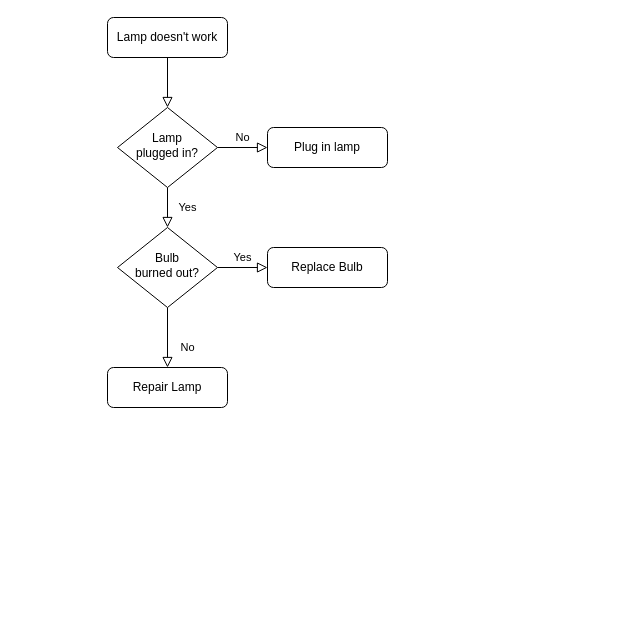
Before: 未命名绘图.drawio in muli-bit/Test, a draw.io diagram. Source tidied: cells renumbered, new cells numbered last; positions are measured from the earlier drawing's top-left corner, leaving out a move shared by most shapes. Both pictures are drawn from the tidied source at 100%, with x=0, y=0 at pixel (107, 17).
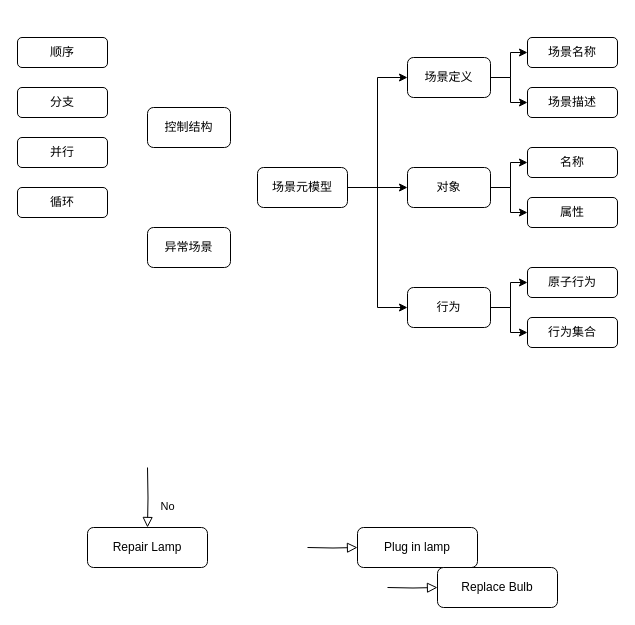
The same page after the edit.

Change to the diagram source:
```diff
@@
-    <mxCell id="2" style="rounded=0;html=1;jettySize=auto;fontSize=11;endArrow=block;endFill=0;endSize=8;strokeWidth=1;shadow=0;labelBackgroundColor=none;edgeStyle=orthogonalEdgeStyle;" parent="1" edge="1" source="3" target="6">
-      <mxGeometry relative="1" as="geometry" />
-    </mxCell>
+    <mxCell id="13" style="edgeStyle=orthogonalEdgeStyle;rounded=0;jettySize=auto;html=1;exitX=1;exitY=0.5;exitDx=0;exitDy=0;entryX=0;entryY=0.5;entryDx=0;entryDy=0;" parent="1" edge="1" source="3" target="18">
+      <mxGeometry relative="1" as="geometry" />
+    </mxCell>
+    <mxCell id="14" style="edgeStyle=orthogonalEdgeStyle;rounded=0;jettySize=auto;html=1;exitX=1;exitY=0.5;exitDx=0;exitDy=0;entryX=0;entryY=0.5;entryDx=0;entryDy=0;" parent="1" edge="1" source="3" target="23">
+      <mxGeometry relative="1" as="geometry" />
+    </mxCell>
+    <mxCell id="15" style="edgeStyle=orthogonalEdgeStyle;rounded=0;jettySize=auto;html=1;exitX=1;exitY=0.5;exitDx=0;exitDy=0;entryX=0;entryY=0.5;entryDx=0;entryDy=0;" parent="1" edge="1" source="3" target="26">
+      <mxGeometry relative="1" as="geometry" />
+    </mxCell>
-    <mxCell id="3" value="Lamp doesn't work" style="rounded=1;whiteSpace=wrap;html=1;fontSize=12;glass=0;strokeWidth=1;shadow=0;" parent="1" vertex="1">
-      <mxGeometry width="120" height="40" as="geometry" />
+    <mxCell id="3" value="场景元模型" style="rounded=1;whiteSpace=wrap;html=1;fontSize=12;glass=0;strokeWidth=1;shadow=0;" parent="1" vertex="1">
+      <mxGeometry x="150" y="150" width="90" height="40" as="geometry" />
     </mxCell>
-    <mxCell id="4" value="Yes" style="rounded=0;html=1;jettySize=auto;fontSize=11;endArrow=block;endFill=0;endSize=8;strokeWidth=1;shadow=0;labelBackgroundColor=none;edgeStyle=orthogonalEdgeStyle;" parent="1" edge="1" source="6" target="10">
-      <mxGeometry y="20" relative="1" as="geometry" />
-    </mxCell>
-    <mxCell id="5" value="No" style="edgeStyle=orthogonalEdgeStyle;rounded=0;html=1;jettySize=auto;fontSize=11;endArrow=block;endFill=0;endSize=8;strokeWidth=1;shadow=0;labelBackgroundColor=none;" parent="1" edge="1" source="6" target="7">
-      <mxGeometry y="10" relative="1" as="geometry" />
+    <mxCell id="5" style="edgeStyle=orthogonalEdgeStyle;rounded=0;html=1;jettySize=auto;fontSize=11;endArrow=block;endFill=0;endSize=8;strokeWidth=1;shadow=0;labelBackgroundColor=none;" parent="1" edge="1" target="7">
+      <mxGeometry y="10" relative="1" as="geometry">
+        <mxPoint x="200" y="530" as="sourcePoint" />
+      </mxGeometry>
     </mxCell>
-    <mxCell id="6" value="Lamp&lt;br&gt;plugged in?" style="rhombus;whiteSpace=wrap;html=1;shadow=0;fontFamily=Helvetica;fontSize=12;align=center;strokeWidth=1;spacing=6;spacingTop=-4;" parent="1" vertex="1">
-      <mxGeometry x="10" y="90" width="100" height="80" as="geometry" />
-    </mxCell>
     <mxCell id="7" value="Plug in lamp" style="rounded=1;whiteSpace=wrap;html=1;fontSize=12;glass=0;strokeWidth=1;shadow=0;" parent="1" vertex="1">
-      <mxGeometry x="160" y="110" width="120" height="40" as="geometry" />
+      <mxGeometry x="250" y="510" width="120" height="40" as="geometry" />
     </mxCell>
-    <mxCell id="8" value="No" style="rounded=0;html=1;jettySize=auto;fontSize=11;endArrow=block;endFill=0;endSize=8;strokeWidth=1;shadow=0;labelBackgroundColor=none;edgeStyle=orthogonalEdgeStyle;" parent="1" edge="1" source="10" target="11">
-      <mxGeometry x="0.33" y="20" relative="1" as="geometry" />
+    <mxCell id="8" value="No" style="rounded=0;html=1;jettySize=auto;fontSize=11;endArrow=block;endFill=0;endSize=8;strokeWidth=1;shadow=0;labelBackgroundColor=none;edgeStyle=orthogonalEdgeStyle;" parent="1" edge="1" target="11">
+      <mxGeometry x="0.33" y="20" relative="1" as="geometry">
+        <mxPoint x="40" y="450" as="sourcePoint" />
+      </mxGeometry>
     </mxCell>
-    <mxCell id="9" value="Yes" style="edgeStyle=orthogonalEdgeStyle;rounded=0;html=1;jettySize=auto;fontSize=11;endArrow=block;endFill=0;endSize=8;strokeWidth=1;shadow=0;labelBackgroundColor=none;" parent="1" edge="1" source="10" target="12">
-      <mxGeometry y="10" relative="1" as="geometry" />
+    <mxCell id="9" style="edgeStyle=orthogonalEdgeStyle;rounded=0;html=1;jettySize=auto;fontSize=11;endArrow=block;endFill=0;endSize=8;strokeWidth=1;shadow=0;labelBackgroundColor=none;" parent="1" edge="1" target="12">
+      <mxGeometry y="10" relative="1" as="geometry">
+        <mxPoint x="280" y="570" as="sourcePoint" />
+      </mxGeometry>
     </mxCell>
-    <mxCell id="10" value="Bulb&lt;br&gt;burned out?" style="rhombus;whiteSpace=wrap;html=1;shadow=0;fontFamily=Helvetica;fontSize=12;align=center;strokeWidth=1;spacing=6;spacingTop=-4;" parent="1" vertex="1">
-      <mxGeometry x="10" y="210" width="100" height="80" as="geometry" />
-    </mxCell>
     <mxCell id="11" value="Repair Lamp" style="rounded=1;whiteSpace=wrap;html=1;fontSize=12;glass=0;strokeWidth=1;shadow=0;" parent="1" vertex="1">
-      <mxGeometry y="350" width="120" height="40" as="geometry" />
+      <mxGeometry x="-20" y="510" width="120" height="40" as="geometry" />
     </mxCell>
     <mxCell id="12" value="Replace Bulb" style="rounded=1;whiteSpace=wrap;html=1;fontSize=12;glass=0;strokeWidth=1;shadow=0;" parent="1" vertex="1">
-      <mxGeometry x="160" y="230" width="120" height="40" as="geometry" />
+      <mxGeometry x="330" y="550" width="120" height="40" as="geometry" />
     </mxCell>
+    <mxCell id="16" style="edgeStyle=orthogonalEdgeStyle;rounded=0;jettySize=auto;html=1;exitX=1;exitY=0.5;exitDx=0;exitDy=0;entryX=0;entryY=0.5;entryDx=0;entryDy=0;" parent="1" edge="1" source="18" target="19">
+      <mxGeometry relative="1" as="geometry" />
+    </mxCell>
+    <mxCell id="17" style="edgeStyle=orthogonalEdgeStyle;rounded=0;jettySize=auto;html=1;exitX=1;exitY=0.5;exitDx=0;exitDy=0;entryX=0;entryY=0.5;entryDx=0;entryDy=0;" parent="1" edge="1" source="18" target="20">
+      <mxGeometry relative="1" as="geometry" />
+    </mxCell>
+    <mxCell id="18" value="场景定义" style="rounded=1;whiteSpace=wrap;html=1;fontSize=12;glass=0;strokeWidth=1;shadow=0;" parent="1" vertex="1">
+      <mxGeometry x="300" y="40" width="83" height="40" as="geometry" />
+    </mxCell>
+    <mxCell id="19" value="场景名称" style="rounded=1;whiteSpace=wrap;html=1;fontSize=12;glass=0;strokeWidth=1;shadow=0;" parent="1" vertex="1">
+      <mxGeometry x="420" y="20" width="90" height="30" as="geometry" />
+    </mxCell>
+    <mxCell id="20" value="场景描述" style="rounded=1;whiteSpace=wrap;html=1;fontSize=12;glass=0;strokeWidth=1;shadow=0;" parent="1" vertex="1">
+      <mxGeometry x="420" y="70" width="90" height="30" as="geometry" />
+    </mxCell>
+    <mxCell id="21" style="edgeStyle=orthogonalEdgeStyle;rounded=0;jettySize=auto;html=1;exitX=1;exitY=0.5;exitDx=0;exitDy=0;entryX=0;entryY=0.5;entryDx=0;entryDy=0;" parent="1" edge="1" source="23" target="27">
+      <mxGeometry relative="1" as="geometry" />
+    </mxCell>
+    <mxCell id="22" style="edgeStyle=orthogonalEdgeStyle;rounded=0;jettySize=auto;html=1;exitX=1;exitY=0.5;exitDx=0;exitDy=0;entryX=0;entryY=0.5;entryDx=0;entryDy=0;" parent="1" edge="1" source="23" target="28">
+      <mxGeometry relative="1" as="geometry" />
+    </mxCell>
+    <mxCell id="23" value="对象" style="rounded=1;whiteSpace=wrap;html=1;fontSize=12;glass=0;strokeWidth=1;shadow=0;" parent="1" vertex="1">
+      <mxGeometry x="300" y="150" width="83" height="40" as="geometry" />
+    </mxCell>
+    <mxCell id="24" style="edgeStyle=orthogonalEdgeStyle;rounded=0;jettySize=auto;html=1;exitX=1;exitY=0.5;exitDx=0;exitDy=0;entryX=0;entryY=0.5;entryDx=0;entryDy=0;" parent="1" edge="1" source="26" target="29">
+      <mxGeometry relative="1" as="geometry" />
+    </mxCell>
+    <mxCell id="25" style="edgeStyle=orthogonalEdgeStyle;rounded=0;jettySize=auto;html=1;exitX=1;exitY=0.5;exitDx=0;exitDy=0;entryX=0;entryY=0.5;entryDx=0;entryDy=0;" parent="1" edge="1" source="26" target="30">
+      <mxGeometry relative="1" as="geometry" />
+    </mxCell>
+    <mxCell id="26" value="行为" style="rounded=1;whiteSpace=wrap;html=1;fontSize=12;glass=0;strokeWidth=1;shadow=0;" parent="1" vertex="1">
+      <mxGeometry x="300" y="270" width="83" height="40" as="geometry" />
+    </mxCell>
+    <mxCell id="27" value="名称" style="rounded=1;whiteSpace=wrap;html=1;fontSize=12;glass=0;strokeWidth=1;shadow=0;" parent="1" vertex="1">
+      <mxGeometry x="420" y="130" width="90" height="30" as="geometry" />
+    </mxCell>
+    <mxCell id="28" value="属性" style="rounded=1;whiteSpace=wrap;html=1;fontSize=12;glass=0;strokeWidth=1;shadow=0;" parent="1" vertex="1">
+      <mxGeometry x="420" y="180" width="90" height="30" as="geometry" />
+    </mxCell>
+    <mxCell id="29" value="原子行为" style="rounded=1;whiteSpace=wrap;html=1;fontSize=12;glass=0;strokeWidth=1;shadow=0;" parent="1" vertex="1">
+      <mxGeometry x="420" y="250" width="90" height="30" as="geometry" />
+    </mxCell>
+    <mxCell id="30" value="行为集合" style="rounded=1;whiteSpace=wrap;html=1;fontSize=12;glass=0;strokeWidth=1;shadow=0;" parent="1" vertex="1">
+      <mxGeometry x="420" y="300" width="90" height="30" as="geometry" />
+    </mxCell>
+    <mxCell id="31" value="控制结构" style="rounded=1;whiteSpace=wrap;html=1;fontSize=12;glass=0;strokeWidth=1;shadow=0;" parent="1" vertex="1">
+      <mxGeometry x="40" y="90" width="83" height="40" as="geometry" />
+    </mxCell>
+    <mxCell id="32" value="异常场景" style="rounded=1;whiteSpace=wrap;html=1;fontSize=12;glass=0;strokeWidth=1;shadow=0;" parent="1" vertex="1">
+      <mxGeometry x="40" y="210" width="83" height="40" as="geometry" />
+    </mxCell>
+    <mxCell id="33" value="顺序" style="rounded=1;whiteSpace=wrap;html=1;fontSize=12;glass=0;strokeWidth=1;shadow=0;" parent="1" vertex="1">
+      <mxGeometry x="-90" y="20" width="90" height="30" as="geometry" />
+    </mxCell>
+    <mxCell id="34" value="分支" style="rounded=1;whiteSpace=wrap;html=1;fontSize=12;glass=0;strokeWidth=1;shadow=0;" parent="1" vertex="1">
+      <mxGeometry x="-90" y="70" width="90" height="30" as="geometry" />
+    </mxCell>
+    <mxCell id="35" value="并行" style="rounded=1;whiteSpace=wrap;html=1;fontSize=12;glass=0;strokeWidth=1;shadow=0;" parent="1" vertex="1">
+      <mxGeometry x="-90" y="120" width="90" height="30" as="geometry" />
+    </mxCell>
+    <mxCell id="36" value="循环" style="rounded=1;whiteSpace=wrap;html=1;fontSize=12;glass=0;strokeWidth=1;shadow=0;" parent="1" vertex="1">
+      <mxGeometry x="-90" y="170" width="90" height="30" as="geometry" />
+    </mxCell>
```
